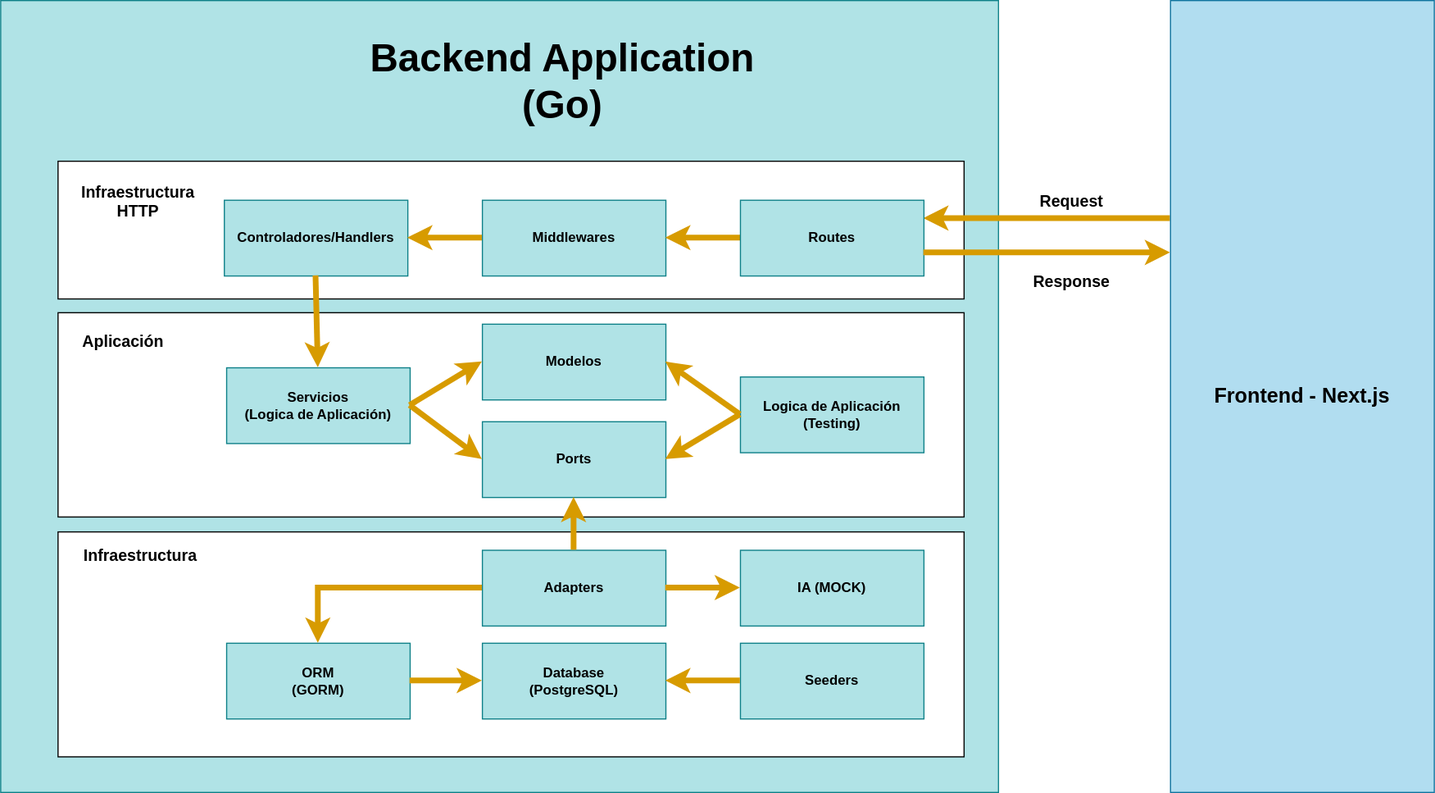
The draw.io diagram docs/Diagrama de Arquitectura.svg in JhonCamargo53/credit-risk-go-next-postgres, before a commit. Source tidied: cells renumbered, new cells last; positions are measured from the earlier drawing's top-left corner, leaving out a move shared by most shapes.
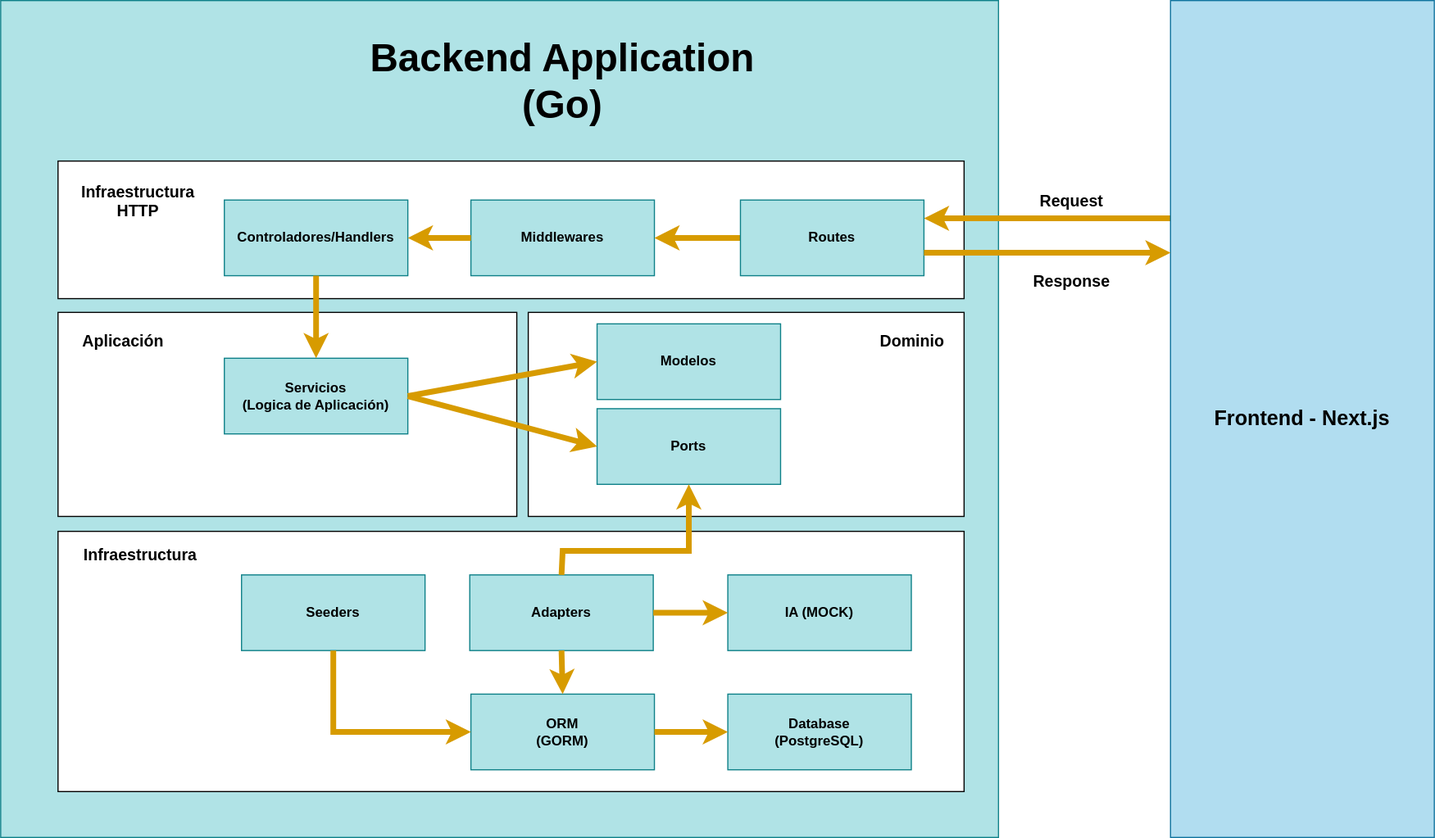
Above is the later version.

The edit, as a diff of the source:
```diff
@@ -3,7 +3,7 @@
     <mxCell id="0" />
     <mxCell id="1" parent="0" />
     <mxCell id="2" style="rounded=0;whiteSpace=wrap;html=1;fillColor=#b0e3e6;strokeColor=#0e8088;" parent="1" vertex="1">
-      <mxGeometry width="870" height="690" as="geometry" />
+      <mxGeometry width="870" height="730" as="geometry" />
     </mxCell>
     <mxCell id="3" value="&lt;span style=&quot;font-size: 14px;&quot;&gt;&lt;b&gt;Request&lt;/b&gt;&lt;/span&gt;" style="text;html=1;whiteSpace=wrap;strokeColor=none;fillColor=none;align=center;verticalAlign=middle;rounded=0;" parent="1" vertex="1">
       <mxGeometry x="859" y="160" width="150" height="30" as="geometry" />
@@ -24,28 +24,25 @@
       <mxGeometry x="195" y="174" width="160" height="66" as="geometry" />
     </mxCell>
     <mxCell id="8" style="rounded=0;whiteSpace=wrap;html=1;" parent="1" vertex="1">
-      <mxGeometry x="50" y="272" width="790" height="178" as="geometry" />
+      <mxGeometry x="50" y="272" width="400" height="178" as="geometry" />
     </mxCell>
     <mxCell id="9" value="&lt;b&gt;Servicios&lt;/b&gt;&lt;div&gt;&lt;b&gt;(Logica de Aplicación)&lt;/b&gt;&lt;/div&gt;" style="rounded=0;whiteSpace=wrap;html=1;fillColor=#b0e3e6;strokeColor=#0e8088;" parent="1" vertex="1">
-      <mxGeometry x="197" y="320" width="160" height="66" as="geometry" />
+      <mxGeometry x="195" y="312" width="160" height="66" as="geometry" />
     </mxCell>
-    <mxCell id="10" value="&lt;b&gt;Modelos&lt;/b&gt;" style="rounded=0;whiteSpace=wrap;html=1;fillColor=#b0e3e6;strokeColor=#0e8088;" parent="1" vertex="1">
-      <mxGeometry x="420" y="282" width="160" height="66" as="geometry" />
-    </mxCell>
     <mxCell id="11" value="&lt;b style=&quot;&quot;&gt;&lt;font style=&quot;font-size: 34px;&quot;&gt;Backend Application&lt;/font&gt;&lt;/b&gt;&lt;div&gt;&lt;b style=&quot;&quot;&gt;&lt;font style=&quot;font-size: 34px;&quot;&gt;(Go)&lt;/font&gt;&lt;/b&gt;&lt;/div&gt;" style="text;html=1;whiteSpace=wrap;strokeColor=none;fillColor=none;align=center;verticalAlign=middle;rounded=0;" parent="1" vertex="1">
       <mxGeometry x="220" y="50" width="540" height="40" as="geometry" />
     </mxCell>
     <mxCell id="12" style="group;fillColor=#b1ddf0;strokeColor=#10739e;" parent="1" vertex="1">
-      <mxGeometry x="1020" width="230" height="690" as="geometry" />
+      <mxGeometry x="1020" width="230" height="730" as="geometry" />
     </mxCell>
     <mxCell id="13" value="&lt;b&gt;&lt;font style=&quot;font-size: 18px;&quot;&gt;Frontend - Next.js&lt;/font&gt;&lt;/b&gt;" style="text;html=1;whiteSpace=wrap;strokeColor=none;fillColor=none;align=center;verticalAlign=middle;rounded=0;strokeWidth=5;" parent="12" vertex="1">
-      <mxGeometry x="30" y="290.5" width="170" height="108.9" as="geometry" />
+      <mxGeometry x="30" y="307.4" width="170" height="115.3" as="geometry" />
     </mxCell>
     <mxCell id="14" style="endArrow=classic;html=1;rounded=0;exitX=0.5;exitY=1;exitDx=0;exitDy=0;strokeWidth=5;fillColor=#ffe6cc;strokeColor=#d79b00;entryX=0.5;entryY=0;entryDx=0;entryDy=0;" parent="1" edge="1" source="7" target="9">
       <mxGeometry relative="1" as="geometry" />
     </mxCell>
     <mxCell id="15" value="&lt;b&gt;Middlewares&lt;/b&gt;" style="rounded=0;whiteSpace=wrap;html=1;fillColor=#b0e3e6;strokeColor=#0e8088;" parent="1" vertex="1">
-      <mxGeometry x="420" y="174" width="160" height="66" as="geometry" />
+      <mxGeometry x="410" y="174" width="160" height="66" as="geometry" />
     </mxCell>
     <mxCell id="16" style="endArrow=none;html=1;rounded=0;exitX=1;exitY=0.5;exitDx=0;exitDy=0;strokeWidth=5;fillColor=#ffe6cc;strokeColor=#d79b00;startArrow=classic;startFill=1;endFill=0;entryX=0;entryY=0.5;entryDx=0;entryDy=0;" parent="1" edge="1" source="15">
       <mxGeometry relative="1" as="geometry">
@@ -55,32 +52,33 @@
     <mxCell id="17" style="endArrow=none;html=1;rounded=0;exitX=1;exitY=0.5;exitDx=0;exitDy=0;strokeWidth=5;fillColor=#ffe6cc;strokeColor=#d79b00;startArrow=classic;startFill=1;endFill=0;entryX=0;entryY=0.5;entryDx=0;entryDy=0;" parent="1" edge="1" source="7" target="15">
       <mxGeometry relative="1" as="geometry" />
     </mxCell>
-    <mxCell id="18" style="endArrow=none;html=1;rounded=0;strokeWidth=5;fillColor=#ffe6cc;strokeColor=#d79b00;startArrow=classic;startFill=1;endFill=0;entryX=1;entryY=0.5;entryDx=0;entryDy=0;exitX=0;exitY=0.5;exitDx=0;exitDy=0;" parent="1" edge="1" source="10" target="9">
-      <mxGeometry relative="1" as="geometry" />
-    </mxCell>
     <mxCell id="19" style="rounded=0;whiteSpace=wrap;html=1;" parent="1" vertex="1">
-      <mxGeometry x="50" y="463" width="790" height="196" as="geometry" />
+      <mxGeometry x="50" y="463" width="790" height="227" as="geometry" />
     </mxCell>
     <mxCell id="20" value="&lt;b&gt;Database&lt;/b&gt;&lt;div&gt;&lt;b&gt;(PostgreSQL)&lt;/b&gt;&lt;/div&gt;" style="rounded=0;whiteSpace=wrap;html=1;fillColor=#b0e3e6;strokeColor=#0e8088;" parent="1" vertex="1">
-      <mxGeometry x="420" y="560" width="160" height="66" as="geometry" />
+      <mxGeometry x="634" y="605" width="160" height="66" as="geometry" />
     </mxCell>
     <mxCell id="21" value="&lt;b&gt;Seeders&lt;/b&gt;" style="rounded=0;whiteSpace=wrap;html=1;fillColor=#b0e3e6;strokeColor=#0e8088;" parent="1" vertex="1">
-      <mxGeometry x="645" y="560" width="160" height="66" as="geometry" />
+      <mxGeometry x="210" y="501" width="160" height="66" as="geometry" />
     </mxCell>
     <mxCell id="22" value="&lt;b&gt;ORM&lt;/b&gt;&lt;div&gt;&lt;b&gt;(GORM)&lt;/b&gt;&lt;/div&gt;" style="rounded=0;whiteSpace=wrap;html=1;fillColor=#b0e3e6;strokeColor=#0e8088;" parent="1" vertex="1">
-      <mxGeometry x="197" y="560" width="160" height="66" as="geometry" />
+      <mxGeometry x="410" y="605" width="160" height="66" as="geometry" />
     </mxCell>
     <mxCell id="23" style="endArrow=none;html=1;rounded=0;strokeWidth=5;fillColor=#ffe6cc;strokeColor=#d79b00;startArrow=classic;startFill=1;endFill=0;entryX=1;entryY=0.5;entryDx=0;entryDy=0;exitX=0;exitY=0.5;exitDx=0;exitDy=0;" parent="1" edge="1" source="20" target="22">
       <mxGeometry relative="1" as="geometry" />
     </mxCell>
-    <mxCell id="24" style="endArrow=none;html=1;rounded=0;strokeWidth=5;fillColor=#ffe6cc;strokeColor=#d79b00;startArrow=classic;startFill=1;endFill=0;entryX=0;entryY=0.5;entryDx=0;entryDy=0;exitX=1;exitY=0.5;exitDx=0;exitDy=0;" parent="1" edge="1" source="20" target="21">
-      <mxGeometry relative="1" as="geometry" />
+    <mxCell id="24" style="endArrow=none;html=1;rounded=0;strokeWidth=5;fillColor=#ffe6cc;strokeColor=#d79b00;startArrow=classic;startFill=1;endFill=0;entryX=0.5;entryY=1;entryDx=0;entryDy=0;exitX=0;exitY=0.5;exitDx=0;exitDy=0;" parent="1" edge="1" source="22" target="21">
+      <mxGeometry relative="1" as="geometry">
+        <Array as="points">
+          <mxPoint x="290" y="638" />
+        </Array>
+      </mxGeometry>
     </mxCell>
     <mxCell id="25" value="&lt;span style=&quot;font-size: 14px;&quot;&gt;&lt;b&gt;Infraestructura&lt;/b&gt;&lt;/span&gt;" style="text;html=1;whiteSpace=wrap;strokeColor=none;fillColor=none;align=center;verticalAlign=middle;rounded=0;" parent="1" vertex="1">
       <mxGeometry x="47" y="469" width="150" height="30" as="geometry" />
     </mxCell>
     <mxCell id="26" value="&lt;b&gt;IA (MOCK)&lt;/b&gt;" style="rounded=0;whiteSpace=wrap;html=1;fillColor=#b0e3e6;strokeColor=#0e8088;" parent="1" vertex="1">
-      <mxGeometry x="645" y="479" width="160" height="66" as="geometry" />
+      <mxGeometry x="634" y="501" width="160" height="66" as="geometry" />
     </mxCell>
     <mxCell id="27" value="&lt;span style=&quot;font-size: 14px;&quot;&gt;&lt;b&gt;Aplicación&lt;/b&gt;&lt;/span&gt;" style="text;html=1;whiteSpace=wrap;strokeColor=none;fillColor=none;align=center;verticalAlign=middle;rounded=0;" parent="1" vertex="1">
       <mxGeometry x="32" y="282" width="150" height="30" as="geometry" />
@@ -97,36 +95,40 @@
         <mxPoint x="805" y="220" as="targetPoint" />
       </mxGeometry>
     </mxCell>
-    <mxCell id="31" value="&lt;b&gt;Ports&lt;/b&gt;" style="rounded=0;whiteSpace=wrap;html=1;fillColor=#b0e3e6;strokeColor=#0e8088;" parent="1" vertex="1">
-      <mxGeometry x="420" y="367" width="160" height="66" as="geometry" />
-    </mxCell>
-    <mxCell id="32" style="endArrow=none;html=1;rounded=0;strokeWidth=5;fillColor=#ffe6cc;strokeColor=#d79b00;startArrow=classic;startFill=1;endFill=0;entryX=1;entryY=0.5;entryDx=0;entryDy=0;exitX=0;exitY=0.5;exitDx=0;exitDy=0;" parent="1" edge="1" source="31" target="9">
-      <mxGeometry relative="1" as="geometry" />
-    </mxCell>
     <mxCell id="33" value="&lt;b&gt;Adapters&lt;/b&gt;" style="rounded=0;whiteSpace=wrap;html=1;fillColor=#b0e3e6;strokeColor=#0e8088;" parent="1" vertex="1">
-      <mxGeometry x="420" y="479" width="160" height="66" as="geometry" />
+      <mxGeometry x="409" y="501" width="160" height="66" as="geometry" />
     </mxCell>
-    <mxCell id="34" style="endArrow=none;html=1;rounded=0;strokeWidth=5;fillColor=#ffe6cc;strokeColor=#d79b00;startArrow=classic;startFill=1;endFill=0;exitX=0.5;exitY=1;exitDx=0;exitDy=0;entryX=0.5;entryY=0;entryDx=0;entryDy=0;" parent="1" edge="1" source="31" target="33">
-      <mxGeometry relative="1" as="geometry" />
-    </mxCell>
     <mxCell id="35" style="endArrow=none;html=1;rounded=0;strokeWidth=5;fillColor=#ffe6cc;strokeColor=#d79b00;startArrow=classic;startFill=1;endFill=0;entryX=1;entryY=0.5;entryDx=0;entryDy=0;exitX=0;exitY=0.5;exitDx=0;exitDy=0;" parent="1" edge="1" source="26" target="33">
       <mxGeometry relative="1" as="geometry" />
     </mxCell>
-    <mxCell id="36" style="endArrow=none;html=1;rounded=0;strokeWidth=5;fillColor=#ffe6cc;strokeColor=#d79b00;startArrow=classic;startFill=1;endFill=0;entryX=0;entryY=0.5;entryDx=0;entryDy=0;exitX=0.5;exitY=0;exitDx=0;exitDy=0;" parent="1" edge="1" source="22" target="33">
-      <mxGeometry relative="1" as="geometry">
-        <Array as="points">
-          <mxPoint x="277" y="512" />
-        </Array>
-      </mxGeometry>
+    <mxCell id="36" style="endArrow=none;html=1;rounded=0;strokeWidth=5;fillColor=#ffe6cc;strokeColor=#d79b00;startArrow=classic;startFill=1;endFill=0;entryX=0.5;entryY=1;entryDx=0;entryDy=0;exitX=0.5;exitY=0;exitDx=0;exitDy=0;" parent="1" edge="1" source="22" target="33">
+      <mxGeometry relative="1" as="geometry" />
     </mxCell>
-    <mxCell id="37" value="&lt;b&gt;Logica de Aplicación&lt;/b&gt;&lt;div&gt;&lt;b&gt;(Testing)&lt;/b&gt;&lt;/div&gt;" style="rounded=0;whiteSpace=wrap;html=1;fillColor=#b0e3e6;strokeColor=#0e8088;" parent="1" vertex="1">
-      <mxGeometry x="645" y="328" width="160" height="66" as="geometry" />
-    </mxCell>
-    <mxCell id="38" style="endArrow=none;html=1;rounded=0;strokeWidth=5;fillColor=#ffe6cc;strokeColor=#d79b00;startArrow=classic;startFill=1;endFill=0;entryX=0;entryY=0.5;entryDx=0;entryDy=0;exitX=1;exitY=0.5;exitDx=0;exitDy=0;" parent="1" edge="1" source="31" target="37">
-      <mxGeometry relative="1" as="geometry" />
-    </mxCell>
-    <mxCell id="39" style="endArrow=none;html=1;rounded=0;strokeWidth=5;fillColor=#ffe6cc;strokeColor=#d79b00;startArrow=classic;startFill=1;endFill=0;entryX=0;entryY=0.5;entryDx=0;entryDy=0;exitX=1;exitY=0.5;exitDx=0;exitDy=0;" parent="1" edge="1" source="10" target="37">
-      <mxGeometry relative="1" as="geometry" />
-    </mxCell>
+    <mxCell id="40" style="rounded=0;whiteSpace=wrap;html=1;" parent="1" vertex="1">
+      <mxGeometry x="460" y="272" width="380" height="178" as="geometry" />
+    </mxCell>
+    <mxCell id="41" value="&lt;span style=&quot;font-size: 14px;&quot;&gt;&lt;b&gt;Dominio&lt;/b&gt;&lt;/span&gt;" style="text;html=1;whiteSpace=wrap;strokeColor=none;fillColor=none;align=center;verticalAlign=middle;rounded=0;" parent="1" vertex="1">
+      <mxGeometry x="750" y="282" width="90" height="30" as="geometry" />
+    </mxCell>
+    <mxCell id="10" value="&lt;b&gt;Modelos&lt;/b&gt;" style="rounded=0;whiteSpace=wrap;html=1;fillColor=#b0e3e6;strokeColor=#0e8088;" parent="1" vertex="1">
+      <mxGeometry x="520" y="282" width="160" height="66" as="geometry" />
+    </mxCell>
+    <mxCell id="18" style="endArrow=none;html=1;rounded=0;strokeWidth=5;fillColor=#ffe6cc;strokeColor=#d79b00;startArrow=classic;startFill=1;endFill=0;exitX=0;exitY=0.5;exitDx=0;exitDy=0;entryX=1;entryY=0.5;entryDx=0;entryDy=0;" parent="1" edge="1" source="10" target="9">
+      <mxGeometry relative="1" as="geometry" />
+    </mxCell>
+    <mxCell id="31" value="&lt;b&gt;Ports&lt;/b&gt;" style="rounded=0;whiteSpace=wrap;html=1;fillColor=#b0e3e6;strokeColor=#0e8088;" parent="1" vertex="1">
+      <mxGeometry x="520" y="356" width="160" height="66" as="geometry" />
+    </mxCell>
+    <mxCell id="34" style="endArrow=none;html=1;rounded=0;strokeWidth=5;fillColor=#ffe6cc;strokeColor=#d79b00;startArrow=classic;startFill=1;endFill=0;exitX=0.5;exitY=1;exitDx=0;exitDy=0;entryX=0.5;entryY=0;entryDx=0;entryDy=0;" parent="1" edge="1" source="31" target="33">
+      <mxGeometry relative="1" as="geometry">
+        <Array as="points">
+          <mxPoint x="600" y="480" />
+          <mxPoint x="490" y="480" />
+        </Array>
+      </mxGeometry>
+    </mxCell>
+    <mxCell id="32" style="endArrow=none;html=1;rounded=0;strokeWidth=5;fillColor=#ffe6cc;strokeColor=#d79b00;startArrow=classic;startFill=1;endFill=0;entryX=1;entryY=0.5;entryDx=0;entryDy=0;exitX=0;exitY=0.5;exitDx=0;exitDy=0;" parent="1" edge="1" source="31" target="9">
+      <mxGeometry relative="1" as="geometry" />
+    </mxCell>
   </root>
 </mxGraphModel>
```
